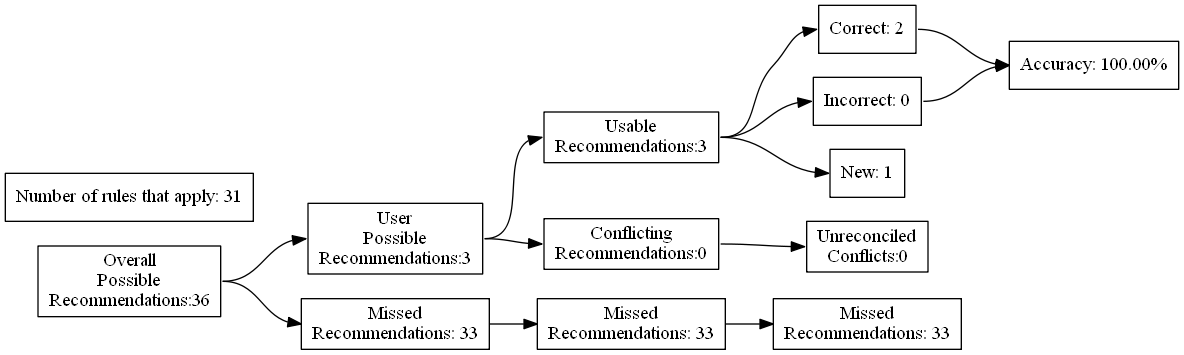
Earlier version of the Graphviz export test_renders/96.gv.png (ZaxR/ibd_diet_analysis). Its source is kept beside it as test_renders/96.gv.
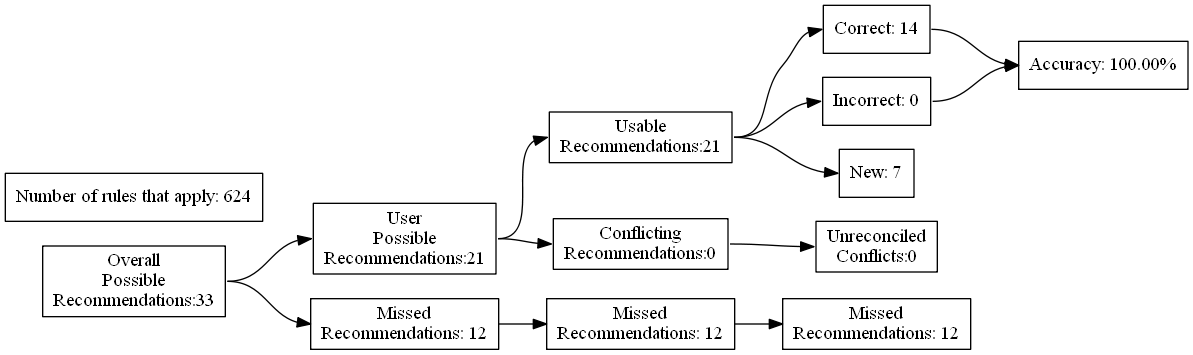
After the commit.

What changed in the source:
```diff
@@ -4,27 +4,27 @@
 	edge [headport=w tailport=e]
 		A [label="Overall
 Possible
-Recommendations:36"]
+Recommendations:33"]
 		B [label="User
 Possible
-Recommendations:3"]
+Recommendations:21"]
 		C [label="Missed
-Recommendations: 33"]
+Recommendations: 12"]
 		D [label="Usable
-Recommendations:3"]
+Recommendations:21"]
 		E [label="Conflicting
 Recommendations:0"]
 		J [label="Missed
-Recommendations: 33"]
+Recommendations: 12"]
 		M [label="Unreconciled
 Conflicts:0"]
-		F [label="Correct: 2"]
+		F [label="Correct: 14"]
 		G [label="Incorrect: 0"]
-		H [label="New: 1"]
+		H [label="New: 7"]
 		K [label="Missed
-Recommendations: 33"]
+Recommendations: 12"]
 		I [label="Accuracy: 100.00%"]
-		l [label="Number of rules that apply: 31"]
+		l [label="Number of rules that apply: 624"]
 			A -> B
 			A -> C
 			B -> D
```
